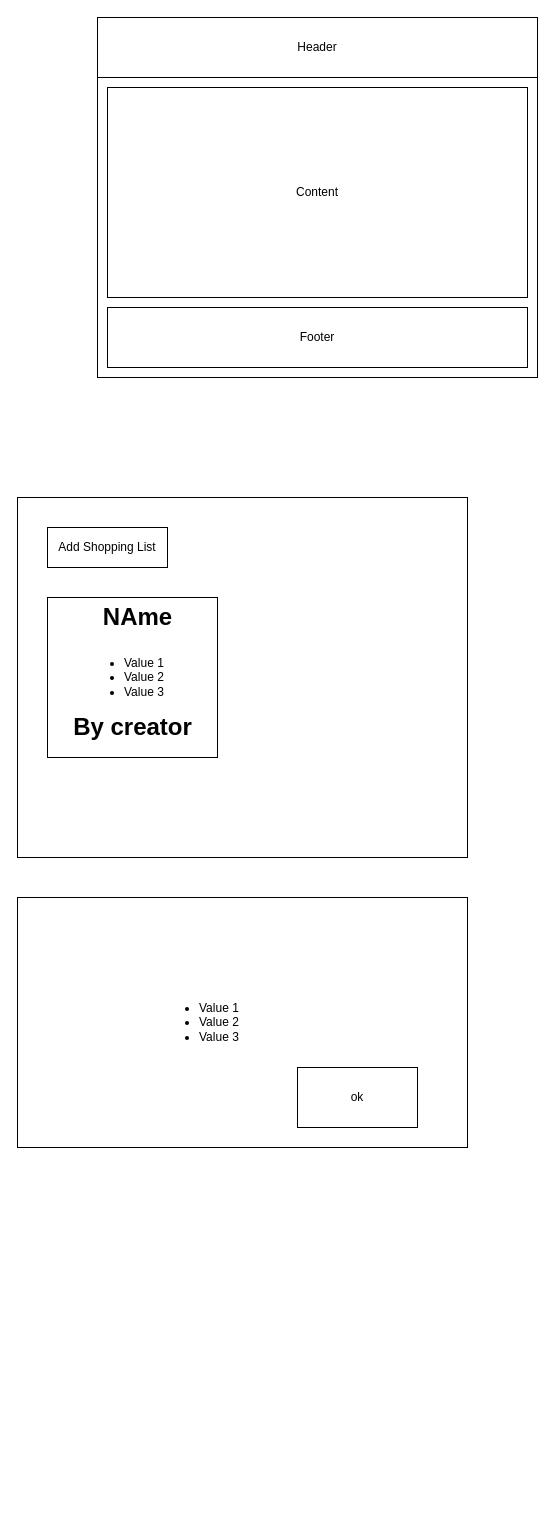
This is page "Page-3" (4 of 4) of Untitled.drawio from supran2811/familyApp, a draw.io file, before an edit. Source tidied: cells renumbered, new cells numbered last; positions are measured from the earlier drawing's top-left corner, leaving out a move shared by most shapes. Both pictures are drawn from the tidied source at 100%, with x=0, y=0 at pixel (17, 17).
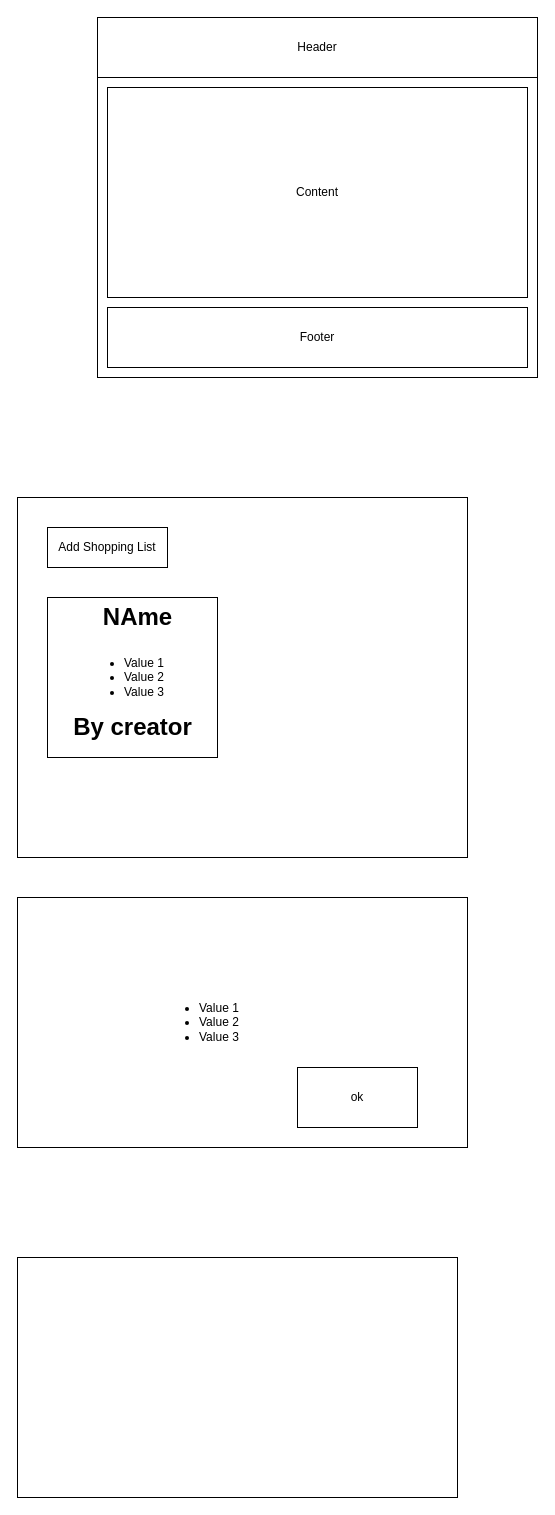
After the change.

Diff of the diagram source:
```diff
@@
 <mxGraphModel>
   <root>
     <mxCell id="0" />
     <mxCell id="1" parent="0" />
     <mxCell id="2" style="rounded=0;whiteSpace=wrap;html=1;" parent="1" vertex="1">
       <mxGeometry x="80" width="440" height="360" as="geometry" />
     </mxCell>
     <mxCell id="3" value="Header" style="rounded=0;whiteSpace=wrap;html=1;" parent="1" vertex="1">
       <mxGeometry x="80" width="440" height="60" as="geometry" />
     </mxCell>
     <mxCell id="4" value="Content" style="rounded=0;whiteSpace=wrap;html=1;" parent="1" vertex="1">
       <mxGeometry x="90" y="70" width="420" height="210" as="geometry" />
     </mxCell>
     <mxCell id="5" value="Footer" style="rounded=0;whiteSpace=wrap;html=1;" parent="1" vertex="1">
       <mxGeometry x="90" y="290" width="420" height="60" as="geometry" />
     </mxCell>
     <mxCell id="6" style="rounded=0;whiteSpace=wrap;html=1;" parent="1" vertex="1">
       <mxGeometry y="480" width="450" height="360" as="geometry" />
     </mxCell>
     <mxCell id="7" value="Add Shopping List" style="rounded=0;whiteSpace=wrap;html=1;" parent="1" vertex="1">
       <mxGeometry x="30" y="510" width="120" height="40" as="geometry" />
     </mxCell>
     <mxCell id="8" style="rounded=0;whiteSpace=wrap;html=1;" parent="1" vertex="1">
       <mxGeometry y="880" width="450" height="250" as="geometry" />
     </mxCell>
     <mxCell id="9" value="&lt;ul&gt;&lt;li&gt;Value 1&lt;/li&gt;&lt;li&gt;Value 2&lt;/li&gt;&lt;li&gt;Value 3&lt;/li&gt;&lt;/ul&gt;" style="text;strokeColor=none;fillColor=none;html=1;whiteSpace=wrap;verticalAlign=middle;overflow=hidden;" parent="1" vertex="1">
       <mxGeometry x="140" y="965" width="100" height="80" as="geometry" />
     </mxCell>
     <mxCell id="10" value="ok" style="rounded=0;whiteSpace=wrap;html=1;" parent="1" vertex="1">
       <mxGeometry x="280" y="1050" width="120" height="60" as="geometry" />
     </mxCell>
     <mxCell id="11" style="rounded=0;whiteSpace=wrap;html=1;" parent="1" vertex="1">
       <mxGeometry x="30" y="580" width="170" height="160" as="geometry" />
     </mxCell>
     <mxCell id="12" value="&lt;ul&gt;&lt;li&gt;Value 1&lt;/li&gt;&lt;li&gt;Value 2&lt;/li&gt;&lt;li&gt;Value 3&lt;/li&gt;&lt;/ul&gt;" style="text;strokeColor=none;fillColor=none;html=1;whiteSpace=wrap;verticalAlign=middle;overflow=hidden;" parent="1" vertex="1">
       <mxGeometry x="65" y="620" width="100" height="80" as="geometry" />
     </mxCell>
     <mxCell id="13" value="NAme" style="text;strokeColor=none;fillColor=none;html=1;fontSize=24;fontStyle=1;verticalAlign=middle;align=center;" parent="1" vertex="1">
       <mxGeometry x="70" y="580" width="100" height="40" as="geometry" />
     </mxCell>
     <mxCell id="14" value="By creator" style="text;strokeColor=none;fillColor=none;html=1;fontSize=24;fontStyle=1;verticalAlign=middle;align=center;" parent="1" vertex="1">
       <mxGeometry x="65" y="690" width="100" height="40" as="geometry" />
     </mxCell>
+    <mxCell id="15" style="rounded=0;whiteSpace=wrap;html=1;" parent="1" vertex="1">
+      <mxGeometry y="1240" width="440" height="240" as="geometry" />
+    </mxCell>
   </root>
 </mxGraphModel>
```
